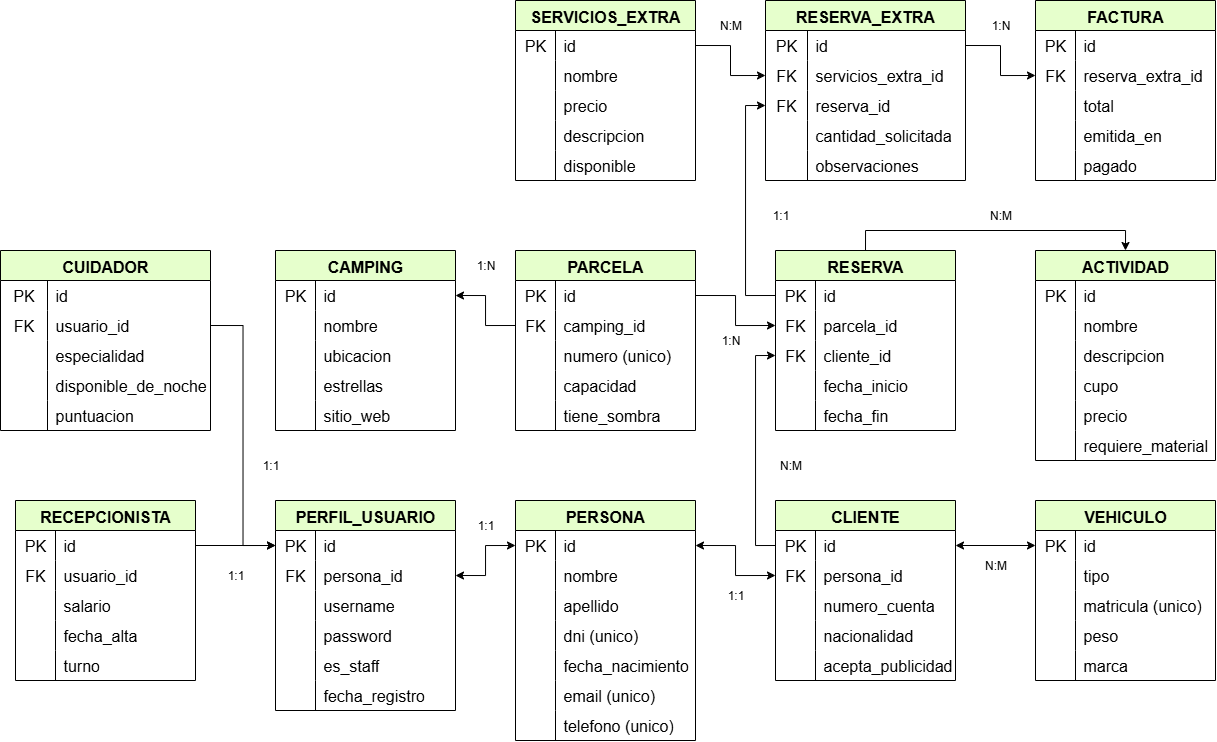
The draw.io diagram diagrama/ModeloE_R_Camping.png in MarcosGarciaR/ProyectoDWES, before a commit. Source tidied: cells renumbered, new cells last; positions are measured from the earlier drawing's top-left corner, leaving out a move shared by most shapes.
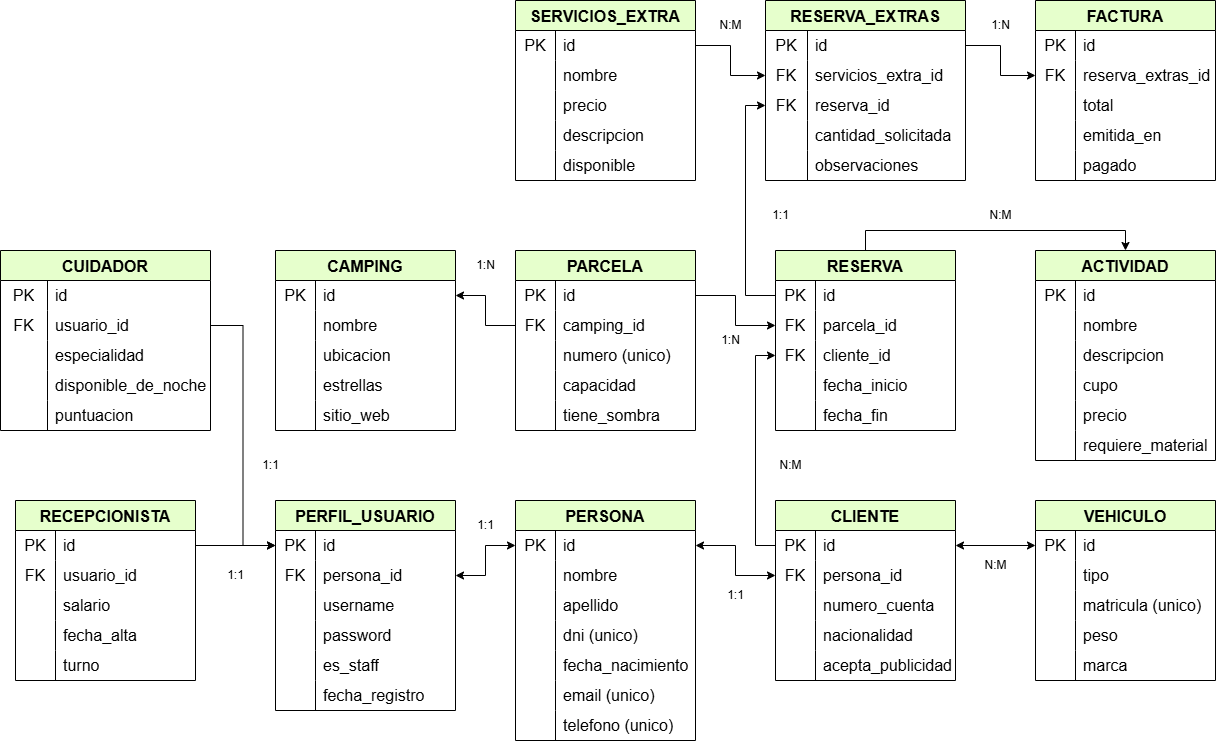
The same diagram one commit later.

Commit message:
URL 9 - Reservas sin actividades + Actualización del README completo + cambios Modelo reservas (related_name)

The edit, as a diff of the source:
```diff
@@ -569,7 +569,7 @@
     <mxCell id="190" value="disponible" style="shape=partialRectangle;html=1;whiteSpace=wrap;fillColor=none;top=0;left=0;bottom=0;right=0;align=left;spacingLeft=6;overflow=hidden;strokeColor=inherit;fontSize=16;" parent="188" vertex="1">
       <mxGeometry x="40" width="140" height="30" as="geometry" />
     </mxCell>
-    <mxCell id="191" value="RESERVA_EXTRA" style="shape=table;startSize=30;rowLines=0;fontStyle=1;strokeColor=default;fontSize=16;fillColor=#E6FFCC;" parent="1" vertex="1">
+    <mxCell id="191" value="RESERVA_EXTRAS" style="shape=table;startSize=30;rowLines=0;fontStyle=1;strokeColor=default;fontSize=16;fillColor=#E6FFCC;" parent="1" vertex="1">
       <mxGeometry x="765" width="200" height="180" as="geometry" />
     </mxCell>
     <mxCell id="192" style="shape=tableRow;horizontal=0;startSize=0;swimlaneHead=0;swimlaneBody=0;top=0;left=0;bottom=0;right=0;fillColor=none;points=[[0,0.5],[1,0.5]];portConstraint=eastwest;strokeColor=inherit;fontSize=16;" parent="191" vertex="1">
@@ -635,7 +635,7 @@
     <mxCell id="212" value="FK" style="shape=partialRectangle;html=1;whiteSpace=wrap;fillColor=none;top=0;left=0;bottom=0;right=0;overflow=hidden;strokeColor=inherit;fontSize=16;" parent="211" vertex="1">
       <mxGeometry width="40" height="30" as="geometry" />
     </mxCell>
-    <mxCell id="213" value="reserva_extra_id" style="shape=partialRectangle;html=1;whiteSpace=wrap;fillColor=none;top=0;left=0;bottom=0;right=0;align=left;spacingLeft=6;overflow=hidden;strokeColor=inherit;fontSize=16;" parent="211" vertex="1">
+    <mxCell id="213" value="reserva_extras_id" style="shape=partialRectangle;html=1;whiteSpace=wrap;fillColor=none;top=0;left=0;bottom=0;right=0;align=left;spacingLeft=6;overflow=hidden;strokeColor=inherit;fontSize=16;" parent="211" vertex="1">
       <mxGeometry x="40" width="140" height="30" as="geometry" />
     </mxCell>
     <mxCell id="214" style="shape=tableRow;horizontal=0;startSize=0;swimlaneHead=0;swimlaneBody=0;top=0;left=0;bottom=0;right=0;fillColor=none;strokeColor=inherit;fontSize=16;" parent="207" vertex="1">
```
